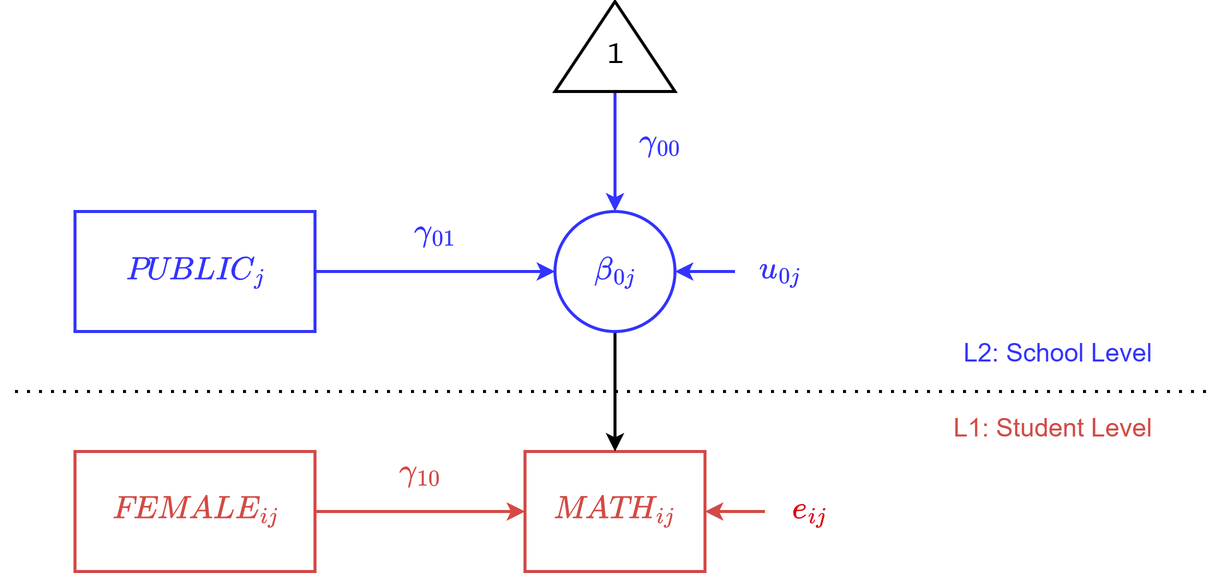
This is diagrams/fixed_slopes_combined.png from jmgirard/psyc894, a draw.io export, as it was before one commit. Source tidied: cells renumbered, new cells last; positions are measured from the earlier drawing's top-left corner, leaving out a move shared by most shapes.
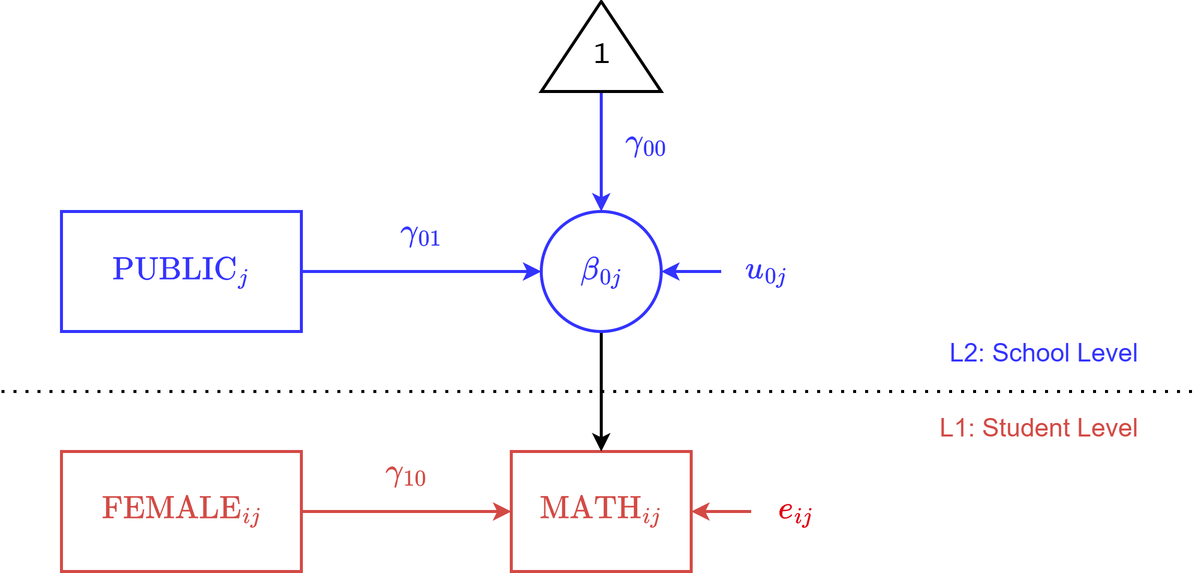
The same file after the commit.

What changed in the source:
```diff
@@ -2,7 +2,7 @@
   <root>
     <mxCell id="0" />
     <mxCell id="1" parent="0" />
-    <mxCell id="2" value="$$\textit{MATH}_{ij}$$" style="rounded=0;whiteSpace=wrap;html=1;fontSize=18;strokeWidth=2;fontFamily=Lucida Console;fontColor=#D34A45;strokeColor=#D34A45;" parent="1" vertex="1">
+    <mxCell id="2" value="$$\text{MATH}_{ij}$$" style="rounded=0;whiteSpace=wrap;html=1;fontSize=18;strokeWidth=2;fontFamily=Lucida Console;fontColor=#D34A45;strokeColor=#D34A45;" parent="1" vertex="1">
       <mxGeometry x="340" y="300" width="120" height="80" as="geometry" />
     </mxCell>
     <mxCell id="3" style="endArrow=classic;html=1;rounded=0;entryX=1;entryY=0.5;entryDx=0;entryDy=0;strokeWidth=2;strokeColor=#D34A45;exitX=0;exitY=0.5;exitDx=0;exitDy=0;" parent="1" edge="1" source="4" target="2">
@@ -49,7 +49,7 @@
     <mxCell id="15" style="edgeStyle=orthogonalEdgeStyle;rounded=0;jettySize=auto;html=1;exitX=1;exitY=0.5;exitDx=0;exitDy=0;entryX=0;entryY=0.5;entryDx=0;entryDy=0;strokeWidth=2;fontColor=#3333FF;strokeColor=#3333FF;" parent="1" edge="1" source="16" target="6">
       <mxGeometry relative="1" as="geometry" />
     </mxCell>
-    <mxCell id="16" value="$$\textit{PUBLIC}_{j}$$" style="rounded=0;whiteSpace=wrap;html=1;fontSize=18;strokeWidth=2;fontFamily=Lucida Console;fontColor=#3333FF;strokeColor=#3333FF;" parent="1" vertex="1">
+    <mxCell id="16" value="$$\text{PUBLIC}_{j}$$" style="rounded=0;whiteSpace=wrap;html=1;fontSize=18;strokeWidth=2;fontFamily=Lucida Console;fontColor=#3333FF;strokeColor=#3333FF;" parent="1" vertex="1">
       <mxGeometry x="40" y="140" width="160" height="80" as="geometry" />
     </mxCell>
     <mxCell id="17" value="&lt;font&gt;&lt;span style=&quot;background-color: rgb(255, 255, 255);&quot;&gt;$$\gamma_{01}$$&lt;/span&gt;&lt;/font&gt;" style="text;html=1;align=center;verticalAlign=middle;whiteSpace=wrap;rounded=0;fontSize=18;fontColor=#3333FF;fontFamily=Lucida Console;" parent="1" vertex="1">
@@ -58,7 +58,7 @@
     <mxCell id="18" style="edgeStyle=orthogonalEdgeStyle;rounded=0;jettySize=auto;html=1;exitX=1;exitY=0.5;exitDx=0;exitDy=0;entryX=0;entryY=0.5;entryDx=0;entryDy=0;strokeWidth=2;strokeColor=#D34A45;" parent="1" edge="1" source="19" target="2">
       <mxGeometry relative="1" as="geometry" />
     </mxCell>
-    <mxCell id="19" value="$$\textit{FEMALE}_{ij}$$" style="rounded=0;whiteSpace=wrap;html=1;fontSize=18;strokeWidth=2;fontFamily=Lucida Console;fontColor=#D34A45;strokeColor=#D34A45;" parent="1" vertex="1">
+    <mxCell id="19" value="$$\text{FEMALE}_{ij}$$" style="rounded=0;whiteSpace=wrap;html=1;fontSize=18;strokeWidth=2;fontFamily=Lucida Console;fontColor=#D34A45;strokeColor=#D34A45;" parent="1" vertex="1">
       <mxGeometry x="40" y="300" width="160" height="80" as="geometry" />
     </mxCell>
     <mxCell id="20" value="&lt;font&gt;&lt;span style=&quot;background-color: rgb(255, 255, 255);&quot;&gt;$$\gamma_{10}$$&lt;/span&gt;&lt;/font&gt;" style="text;html=1;align=center;verticalAlign=middle;whiteSpace=wrap;rounded=0;fontSize=18;fontColor=#D34A45;fontFamily=Lucida Console;" parent="1" vertex="1">
```
